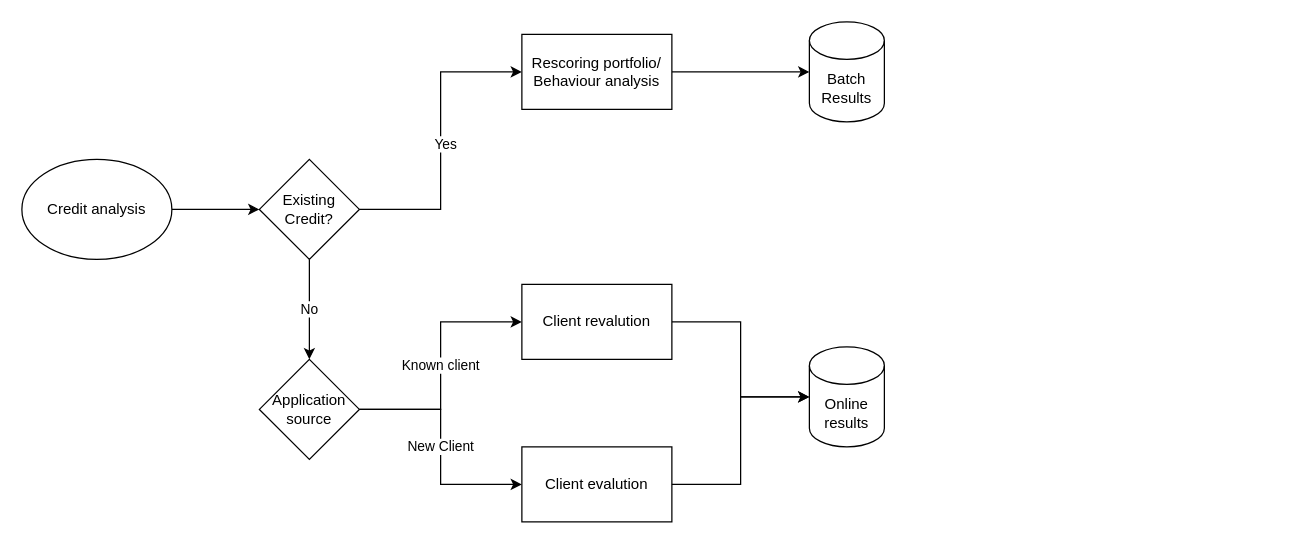
jeleandro/creditflow keeps this draw.io diagram as CreditMap.drawio. Above is the earlier version. Source tidied: cells renumbered, new cells numbered last; positions are measured from the earlier drawing's top-left corner, leaving out a move shared by most shapes. Both pictures are drawn from the tidied source at 125%, with x=0, y=0 at pixel (21, 21).
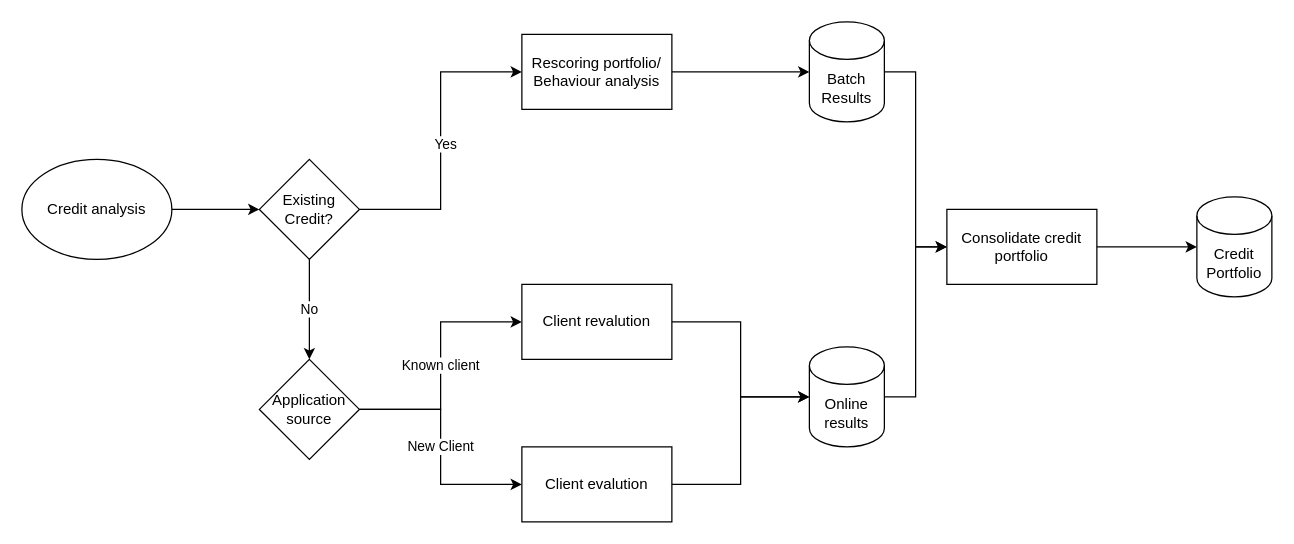
The same diagram, later.

Unchanged cells that the change refers to:
```xml
<mxCell id="10" value="Batch Results" style="shape=cylinder3;whiteSpace=wrap;html=1;boundedLbl=1;backgroundOutline=1;size=15;" parent="1" vertex="1">
  <mxGeometry x="630" width="60" height="80" as="geometry" />
</mxCell>
<mxCell id="17" value="Online results" style="shape=cylinder3;whiteSpace=wrap;html=1;boundedLbl=1;backgroundOutline=1;size=15;" parent="1" vertex="1">
  <mxGeometry x="630" y="260" width="60" height="80" as="geometry" />
</mxCell>
```

The edit, as a diff of the source:
```diff
@@
+    <mxCell id="19" style="edgeStyle=orthogonalEdgeStyle;rounded=0;jettySize=auto;html=1;entryX=0;entryY=0.5;entryDx=0;entryDy=0;" parent="1" edge="1" source="10" target="21">
+      <mxGeometry relative="1" as="geometry" />
+    </mxCell>
@@
+    <mxCell id="20" style="edgeStyle=orthogonalEdgeStyle;rounded=0;jettySize=auto;html=1;entryX=0;entryY=0.5;entryDx=0;entryDy=0;" parent="1" edge="1" source="17" target="21">
+      <mxGeometry relative="1" as="geometry" />
+    </mxCell>
@@
+    <mxCell id="21" value="Consolidate credit portfolio" style="rounded=0;whiteSpace=wrap;html=1;" parent="1" vertex="1">
+      <mxGeometry x="740" y="150" width="120" height="60" as="geometry" />
+    </mxCell>
+    <mxCell id="22" value="Credit&lt;br&gt;Portfolio" style="shape=cylinder3;whiteSpace=wrap;html=1;boundedLbl=1;backgroundOutline=1;size=15;" parent="1" vertex="1">
+      <mxGeometry x="940" y="140" width="60" height="80" as="geometry" />
+    </mxCell>
+    <mxCell id="23" style="edgeStyle=orthogonalEdgeStyle;rounded=0;jettySize=auto;html=1;entryX=0;entryY=0.5;entryDx=0;entryDy=0;entryPerimeter=0;" parent="1" edge="1" source="21" target="22">
+      <mxGeometry relative="1" as="geometry" />
+    </mxCell>
```
